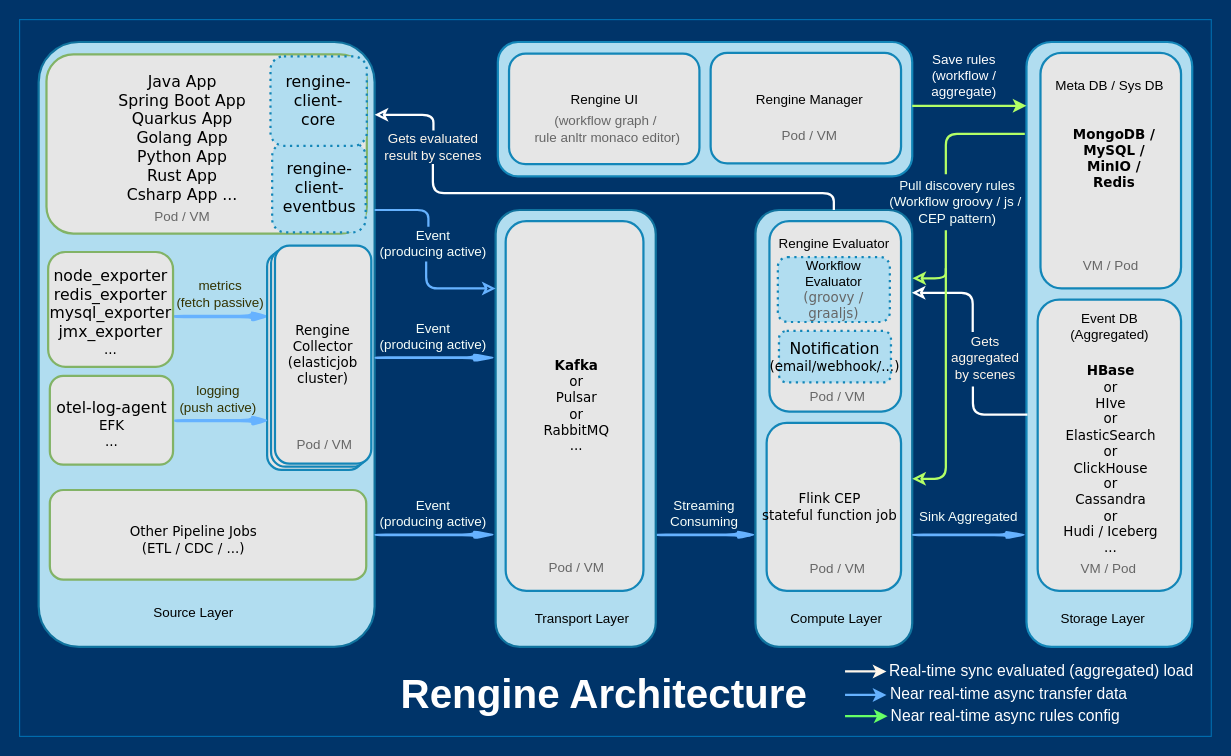
This is docs/shots/rengine_architecture.drawio from wl4g/rengine, a draw.io file, before an edit. Source tidied: cells renumbered, new cells numbered last; positions are measured from the earlier drawing's top-left corner, leaving out a move shared by most shapes. Both pictures are drawn from the tidied source at 112%, with x=0, y=0 at pixel (19, 19).
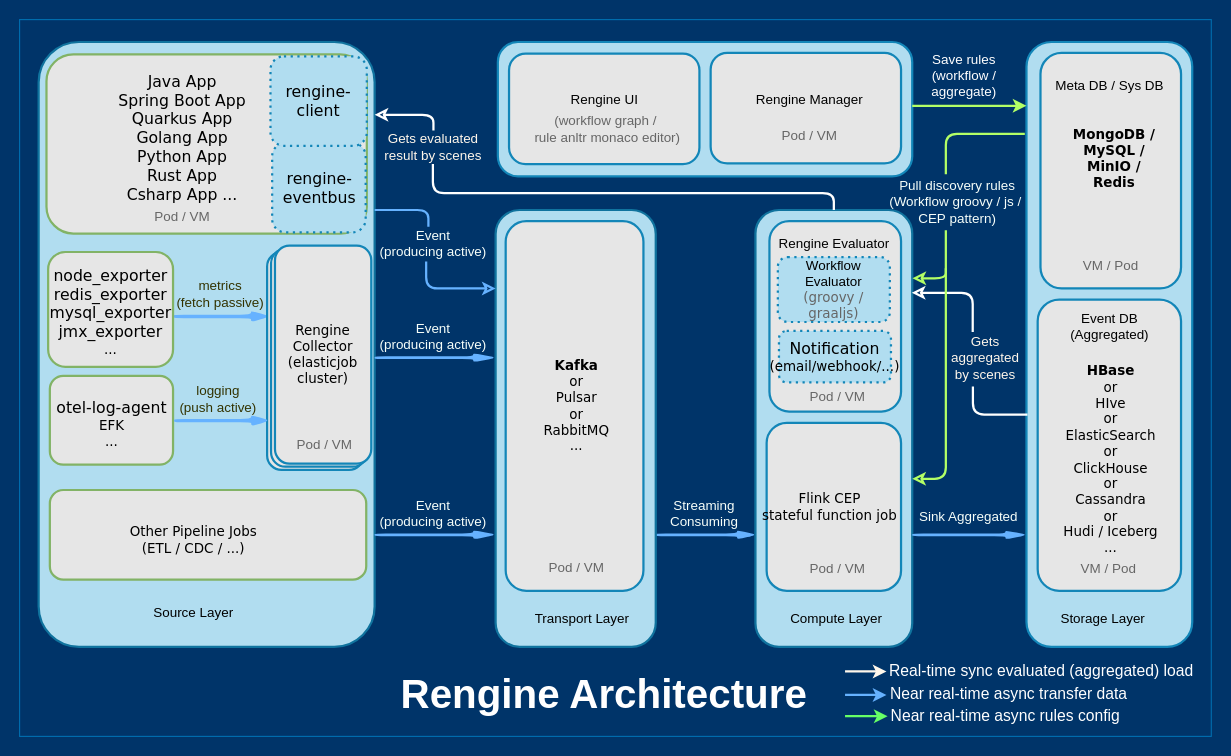
The same page after the edit.

Diff of the diagram source:
```diff
@@
-    <mxCell id="8" value="&lt;font color=&quot;#000000&quot;&gt;&lt;font style=&quot;font-size: 14px&quot;&gt;rengine-&lt;br&gt;client-eventbus&lt;/font&gt;&lt;br&gt;&lt;/font&gt;" style="whiteSpace=wrap;html=1;dashed=1;strokeWidth=2;fontFamily=Verdana;fontSize=12;fillColor=#b1ddf0;strokeColor=#1386B8;dashPattern=1 2;rounded=1;" parent="1" vertex="1">
+    <mxCell id="8" value="&lt;font color=&quot;#000000&quot;&gt;&lt;font style=&quot;font-size: 14px&quot;&gt;rengine-&lt;br&gt;eventbus&lt;/font&gt;&lt;br&gt;&lt;/font&gt;" style="whiteSpace=wrap;html=1;dashed=1;strokeWidth=2;fontFamily=Verdana;fontSize=12;fillColor=#b1ddf0;strokeColor=#1386B8;dashPattern=1 2;rounded=1;" parent="1" vertex="1">
       <mxGeometry x="225.5" y="110" width="83.5" height="80" as="geometry" />
     </mxCell>
@@
-    <mxCell id="14" value="&lt;font color=&quot;#000000&quot;&gt;&lt;font style=&quot;font-size: 14px&quot;&gt;rengine-&lt;br&gt;client-&lt;br&gt;core&lt;/font&gt;&lt;br&gt;&lt;/font&gt;" style="whiteSpace=wrap;html=1;dashed=1;strokeWidth=2;fontFamily=Verdana;fontSize=12;fillColor=#b1ddf0;strokeColor=#1386B8;dashPattern=1 2;rounded=1;" parent="1" vertex="1">
+    <mxCell id="14" value="&lt;font color=&quot;#000000&quot;&gt;&lt;font style=&quot;font-size: 14px&quot;&gt;rengine-&lt;br&gt;client&lt;/font&gt;&lt;br&gt;&lt;/font&gt;" style="whiteSpace=wrap;html=1;dashed=1;strokeWidth=2;fontFamily=Verdana;fontSize=12;fillColor=#b1ddf0;strokeColor=#1386B8;dashPattern=1 2;rounded=1;" parent="1" vertex="1">
       <mxGeometry x="224" y="32.8" width="86" height="79.9" as="geometry" />
     </mxCell>
```
